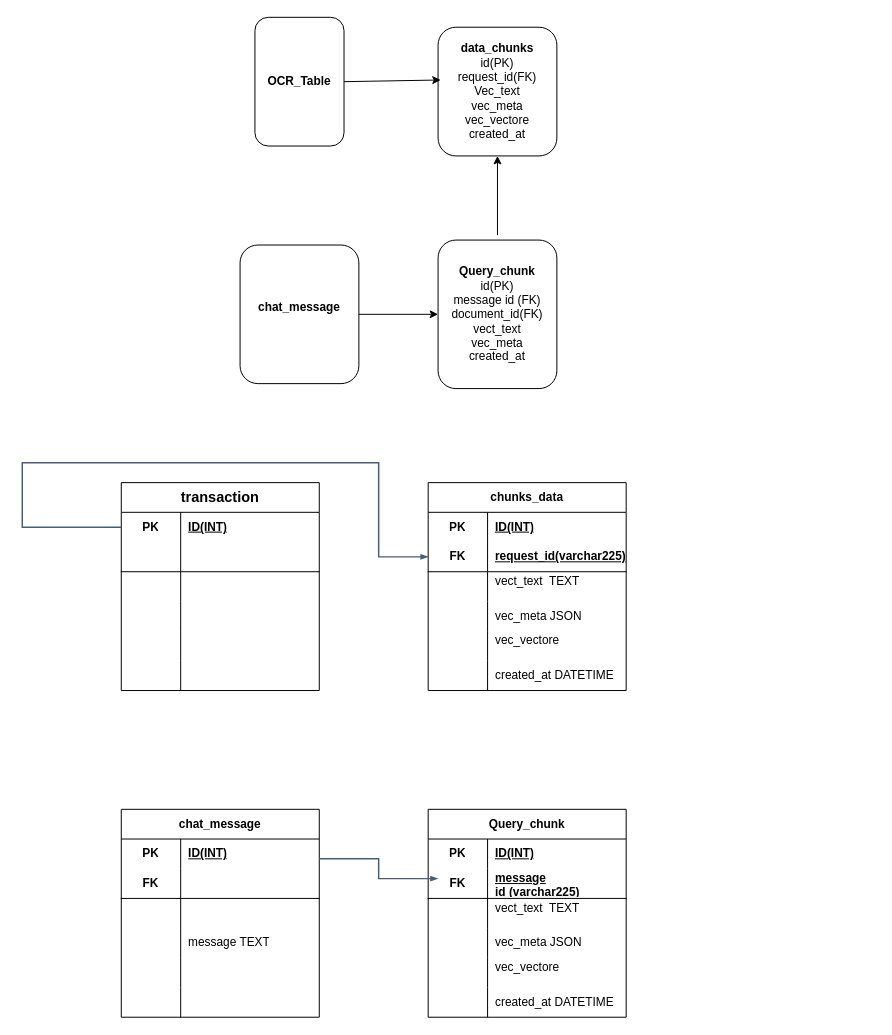
Above: Untitled Diagram.drawio in sahar389/api_go (draw.io), before the change. Source tidied: cells renumbered, new cells numbered last; positions are measured from the earlier drawing's top-left corner, leaving out a move shared by most shapes. Both pictures are drawn from the tidied source at 99%, with x=0, y=0 at pixel (22, 17).
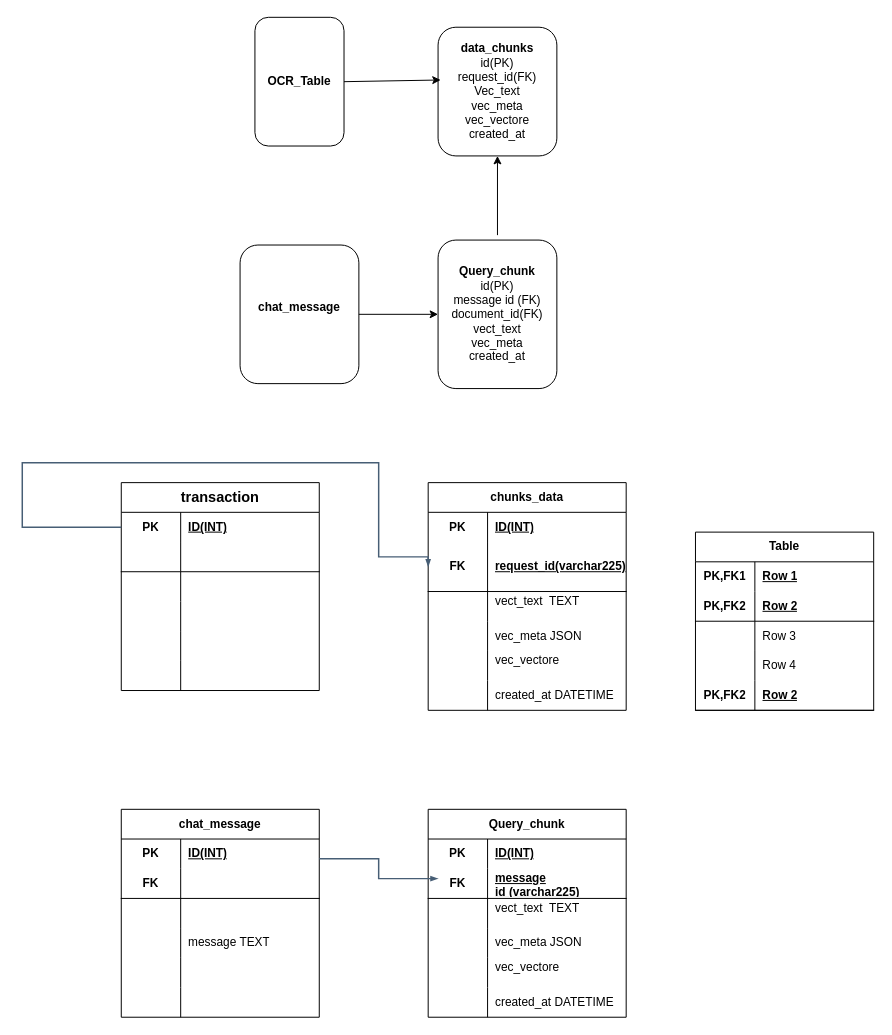
The same page after the edit.

Change to the diagram source:
```diff
@@
     <mxCell id="9" value="chunks_data" style="shape=table;startSize=30;childLayout=tableLayout;rowLines=0;fontStyle=1;align=center;html=1;whiteSpace=wrap;" parent="1" vertex="1">
-      <mxGeometry x="410" y="470" width="200" height="210" as="geometry" />
+      <mxGeometry x="410" y="470" width="200" height="230" as="geometry" />
     </mxCell>
@@
     <mxCell id="13" style="shape=tableRow;horizontal=0;startSize=0;swimlaneHead=0;swimlaneBody=0;fillColor=none;points=[[0,0.5],[1,0.5]];portConstraint=eastwest;top=0;left=0;right=0;bottom=1;html=1;" parent="9" vertex="1">
-      <mxGeometry y="60" width="200" height="30" as="geometry" />
+      <mxGeometry y="60" width="200" height="50" as="geometry" />
     </mxCell>
     <mxCell id="14" value="FK" style="shape=partialRectangle;fillColor=none;top=0;left=0;bottom=0;right=0;fontStyle=1;overflow=hidden;html=1;whiteSpace=wrap;" parent="13" vertex="1">
-      <mxGeometry width="60" height="30" as="geometry" />
+      <mxGeometry width="60" height="50" as="geometry" />
     </mxCell>
     <mxCell id="15" value="&lt;span style=&quot;text-align: center;&quot;&gt;request_id(varchar225)&lt;/span&gt;" style="shape=partialRectangle;fillColor=none;top=0;left=0;bottom=0;right=0;align=left;spacingLeft=6;fontStyle=5;overflow=hidden;html=1;whiteSpace=wrap;" parent="13" vertex="1">
-      <mxGeometry x="60" width="140" height="30" as="geometry" />
+      <mxGeometry x="60" width="140" height="50" as="geometry" />
     </mxCell>
     <mxCell id="16" style="shape=tableRow;horizontal=0;startSize=0;swimlaneHead=0;swimlaneBody=0;fillColor=none;top=0;left=0;right=0;bottom=0;html=1;" parent="9" vertex="1">
-      <mxGeometry y="90" width="200" height="30" as="geometry" />
+      <mxGeometry y="110" width="200" height="30" as="geometry" />
     </mxCell>
@@
     <mxCell id="19" style="shape=tableRow;horizontal=0;startSize=0;swimlaneHead=0;swimlaneBody=0;fillColor=none;top=0;left=0;right=0;bottom=0;html=1;" parent="9" vertex="1">
-      <mxGeometry y="120" width="200" height="30" as="geometry" />
+      <mxGeometry y="140" width="200" height="30" as="geometry" />
     </mxCell>
@@
     <mxCell id="22" style="shape=tableRow;horizontal=0;startSize=0;swimlaneHead=0;swimlaneBody=0;fillColor=none;top=0;left=0;right=0;bottom=0;html=1;" parent="9" vertex="1">
-      <mxGeometry y="150" width="200" height="30" as="geometry" />
+      <mxGeometry y="170" width="200" height="30" as="geometry" />
     </mxCell>
@@
     <mxCell id="25" style="shape=tableRow;horizontal=0;startSize=0;swimlaneHead=0;swimlaneBody=0;fillColor=none;top=0;left=0;right=0;bottom=0;html=1;" parent="9" vertex="1">
-      <mxGeometry y="180" width="200" height="30" as="geometry" />
+      <mxGeometry y="200" width="200" height="30" as="geometry" />
     </mxCell>
@@
+    <mxCell id="87" value="Table" style="shape=table;startSize=30;childLayout=tableLayout;rowLines=0;fontStyle=1;align=center;html=1;whiteSpace=wrap;" parent="1" vertex="1">
+      <mxGeometry x="680" y="520" width="180" height="180" as="geometry" />
+    </mxCell>
+    <mxCell id="88" style="shape=tableRow;horizontal=0;startSize=0;swimlaneHead=0;swimlaneBody=0;fillColor=none;top=0;left=0;right=0;bottom=0;html=1;" parent="87" vertex="1">
+      <mxGeometry y="30" width="180" height="30" as="geometry" />
+    </mxCell>
+    <mxCell id="89" value="PK,FK1" style="shape=partialRectangle;fillColor=none;top=0;left=0;bottom=0;right=0;fontStyle=1;overflow=hidden;html=1;whiteSpace=wrap;" parent="88" vertex="1">
+      <mxGeometry width="60" height="30" as="geometry" />
+    </mxCell>
+    <mxCell id="90" value="Row 1" style="shape=partialRectangle;fillColor=none;top=0;left=0;bottom=0;right=0;align=left;spacingLeft=6;fontStyle=5;overflow=hidden;html=1;whiteSpace=wrap;" parent="88" vertex="1">
+      <mxGeometry x="60" width="120" height="30" as="geometry" />
+    </mxCell>
+    <mxCell id="91" style="shape=tableRow;horizontal=0;startSize=0;swimlaneHead=0;swimlaneBody=0;fillColor=none;top=0;left=0;right=0;bottom=1;html=1;" parent="87" vertex="1">
+      <mxGeometry y="60" width="180" height="30" as="geometry" />
+    </mxCell>
+    <mxCell id="92" value="PK,FK2" style="shape=partialRectangle;fillColor=none;top=0;left=0;bottom=0;right=0;fontStyle=1;overflow=hidden;html=1;whiteSpace=wrap;" parent="91" vertex="1">
+      <mxGeometry width="60" height="30" as="geometry" />
+    </mxCell>
+    <mxCell id="93" value="Row 2" style="shape=partialRectangle;fillColor=none;top=0;left=0;bottom=0;right=0;align=left;spacingLeft=6;fontStyle=5;overflow=hidden;html=1;whiteSpace=wrap;" parent="91" vertex="1">
+      <mxGeometry x="60" width="120" height="30" as="geometry" />
+    </mxCell>
+    <mxCell id="94" style="shape=tableRow;horizontal=0;startSize=0;swimlaneHead=0;swimlaneBody=0;fillColor=none;top=0;left=0;right=0;bottom=0;html=1;" parent="87" vertex="1">
+      <mxGeometry y="90" width="180" height="30" as="geometry" />
+    </mxCell>
+    <mxCell id="95" style="shape=partialRectangle;fillColor=none;top=0;left=0;bottom=0;right=0;overflow=hidden;html=1;whiteSpace=wrap;" parent="94" vertex="1">
+      <mxGeometry width="60" height="30" as="geometry" />
+    </mxCell>
+    <mxCell id="96" value="Row 3" style="shape=partialRectangle;fillColor=none;top=0;left=0;bottom=0;right=0;align=left;spacingLeft=6;overflow=hidden;html=1;whiteSpace=wrap;" parent="94" vertex="1">
+      <mxGeometry x="60" width="120" height="30" as="geometry" />
+    </mxCell>
+    <mxCell id="97" style="shape=tableRow;horizontal=0;startSize=0;swimlaneHead=0;swimlaneBody=0;fillColor=none;top=0;left=0;right=0;bottom=0;html=1;" parent="87" vertex="1">
+      <mxGeometry y="120" width="180" height="30" as="geometry" />
+    </mxCell>
+    <mxCell id="98" style="shape=partialRectangle;fillColor=none;top=0;left=0;bottom=0;right=0;overflow=hidden;html=1;whiteSpace=wrap;" parent="97" vertex="1">
+      <mxGeometry width="60" height="30" as="geometry" />
+    </mxCell>
+    <mxCell id="99" value="Row 4" style="shape=partialRectangle;fillColor=none;top=0;left=0;bottom=0;right=0;align=left;spacingLeft=6;overflow=hidden;html=1;whiteSpace=wrap;" parent="97" vertex="1">
+      <mxGeometry x="60" width="120" height="30" as="geometry" />
+    </mxCell>
+    <mxCell id="100" style="shape=tableRow;horizontal=0;startSize=0;swimlaneHead=0;swimlaneBody=0;fillColor=none;top=0;left=0;right=0;bottom=1;html=1;" parent="87" vertex="1">
+      <mxGeometry y="150" width="180" height="30" as="geometry" />
+    </mxCell>
+    <mxCell id="101" value="PK,FK2" style="shape=partialRectangle;fillColor=none;top=0;left=0;bottom=0;right=0;fontStyle=1;overflow=hidden;html=1;whiteSpace=wrap;" parent="100" vertex="1">
+      <mxGeometry width="60" height="30" as="geometry" />
+    </mxCell>
+    <mxCell id="102" value="Row 2" style="shape=partialRectangle;fillColor=none;top=0;left=0;bottom=0;right=0;align=left;spacingLeft=6;fontStyle=5;overflow=hidden;html=1;whiteSpace=wrap;" parent="100" vertex="1">
+      <mxGeometry x="60" width="120" height="30" as="geometry" />
+    </mxCell>
```
